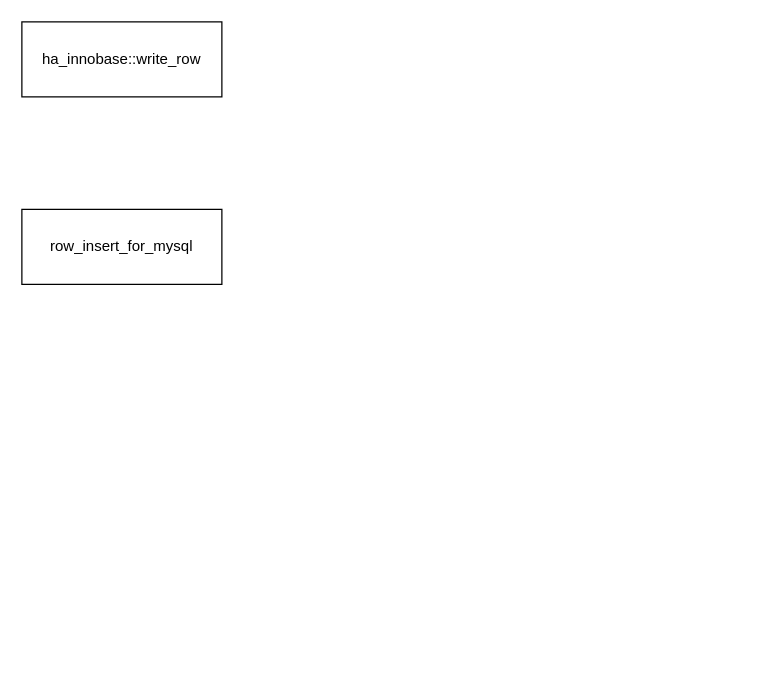
Above: Untitled Diagram.drawio in xingyingone/onekv (draw.io), before the change. Source tidied: cells renumbered, new cells numbered last; positions are measured from the earlier drawing's top-left corner, leaving out a move shared by most shapes. Both pictures are drawn from the tidied source at 125%, with x=0, y=0 at pixel (21, 21).
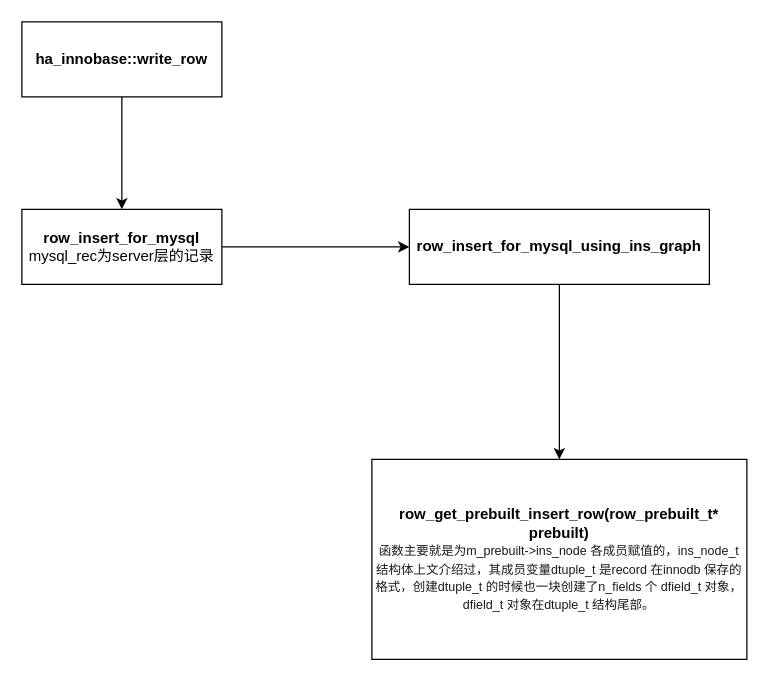
The same diagram, later.

The edit, as a diff of the source:
```diff
@@
 <mxGraphModel>
   <root>
     <mxCell id="0" />
     <mxCell id="1" parent="0" />
+    <mxCell id="4" style="edgeStyle=orthogonalEdgeStyle;rounded=0;jettySize=auto;html=1;" parent="1" edge="1" source="2" target="3">
+      <mxGeometry relative="1" as="geometry" />
+    </mxCell>
-    <mxCell id="2" value="ha_innobase::write_row" style="rounded=0;whiteSpace=wrap;html=1;" parent="1" vertex="1">
+    <mxCell id="2" value="&lt;b&gt;ha_innobase::write_row&lt;/b&gt;" style="rounded=0;whiteSpace=wrap;html=1;" parent="1" vertex="1">
       <mxGeometry width="160" height="60" as="geometry" />
     </mxCell>
+    <mxCell id="5" style="edgeStyle=orthogonalEdgeStyle;rounded=0;jettySize=auto;html=1;exitX=1;exitY=0.5;exitDx=0;exitDy=0;entryX=0;entryY=0.5;entryDx=0;entryDy=0;" parent="1" edge="1" source="3" target="7">
+      <mxGeometry relative="1" as="geometry" />
+    </mxCell>
-    <mxCell id="3" value="row_insert_for_mysql" style="rounded=0;whiteSpace=wrap;html=1;" parent="1" vertex="1">
+    <mxCell id="3" value="&lt;b&gt;row_insert_for_mysql&lt;/b&gt;&lt;br&gt;mysql_rec为server层的记录" style="rounded=0;whiteSpace=wrap;html=1;" parent="1" vertex="1">
       <mxGeometry y="150" width="160" height="60" as="geometry" />
     </mxCell>
+    <mxCell id="6" style="edgeStyle=orthogonalEdgeStyle;rounded=0;jettySize=auto;html=1;exitX=0.5;exitY=1;exitDx=0;exitDy=0;entryX=0.5;entryY=0;entryDx=0;entryDy=0;" parent="1" edge="1" source="7" target="8">
+      <mxGeometry relative="1" as="geometry" />
+    </mxCell>
+    <mxCell id="7" value="&lt;b&gt;row_insert_for_mysql_using_ins_graph&lt;/b&gt;" style="rounded=0;whiteSpace=wrap;html=1;" parent="1" vertex="1">
+      <mxGeometry x="310" y="150" width="240" height="60" as="geometry" />
+    </mxCell>
+    <mxCell id="8" value="&lt;b&gt;row_get_prebuilt_insert_row(row_prebuilt_t*&lt;span&gt; &lt;/span&gt;prebuilt)&lt;/b&gt;&lt;br&gt;&lt;span style=&quot;color: rgb(26 , 26 , 26) ; background-color: rgb(255 , 255 , 255)&quot;&gt;&lt;font style=&quot;font-size: 10px&quot;&gt;函数主要就是为m_prebuilt-&amp;gt;ins_node 各成员赋值的，ins_node_t 结构体上文介绍过，其成员变量dtuple_t 是record 在innodb 保存的格式，创建dtuple_t 的时候也一块创建了n_fields 个 dfield_t 对象，dfield_t 对象在dtuple_t 结构尾部。&lt;/font&gt;&lt;/span&gt;" style="rounded=0;whiteSpace=wrap;html=1;" parent="1" vertex="1">
+      <mxGeometry x="280" y="350" width="300" height="160" as="geometry" />
+    </mxCell>
   </root>
 </mxGraphModel>
```
